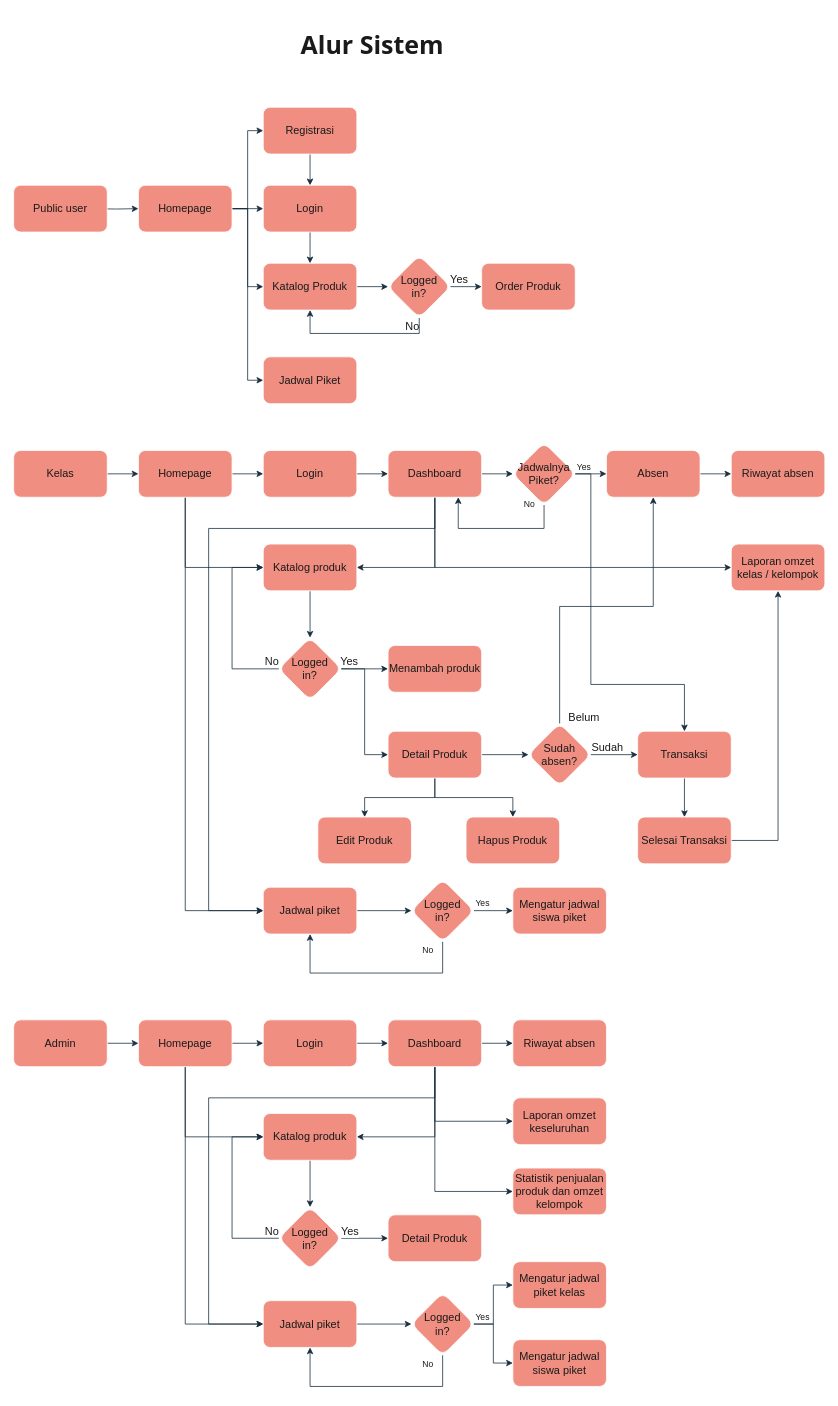
This is page "Alur Sistem" (2 of 2) of Alur_KantinSPW.drawio from silvynrr/diagram-kantin-spw, a draw.io file, before an edit. Source tidied: cells renumbered, new cells numbered last; positions are measured from the earlier drawing's top-left corner, leaving out a move shared by most shapes. Both pictures are drawn from the tidied source at 78%, with x=0, y=0 at pixel (13, 13).
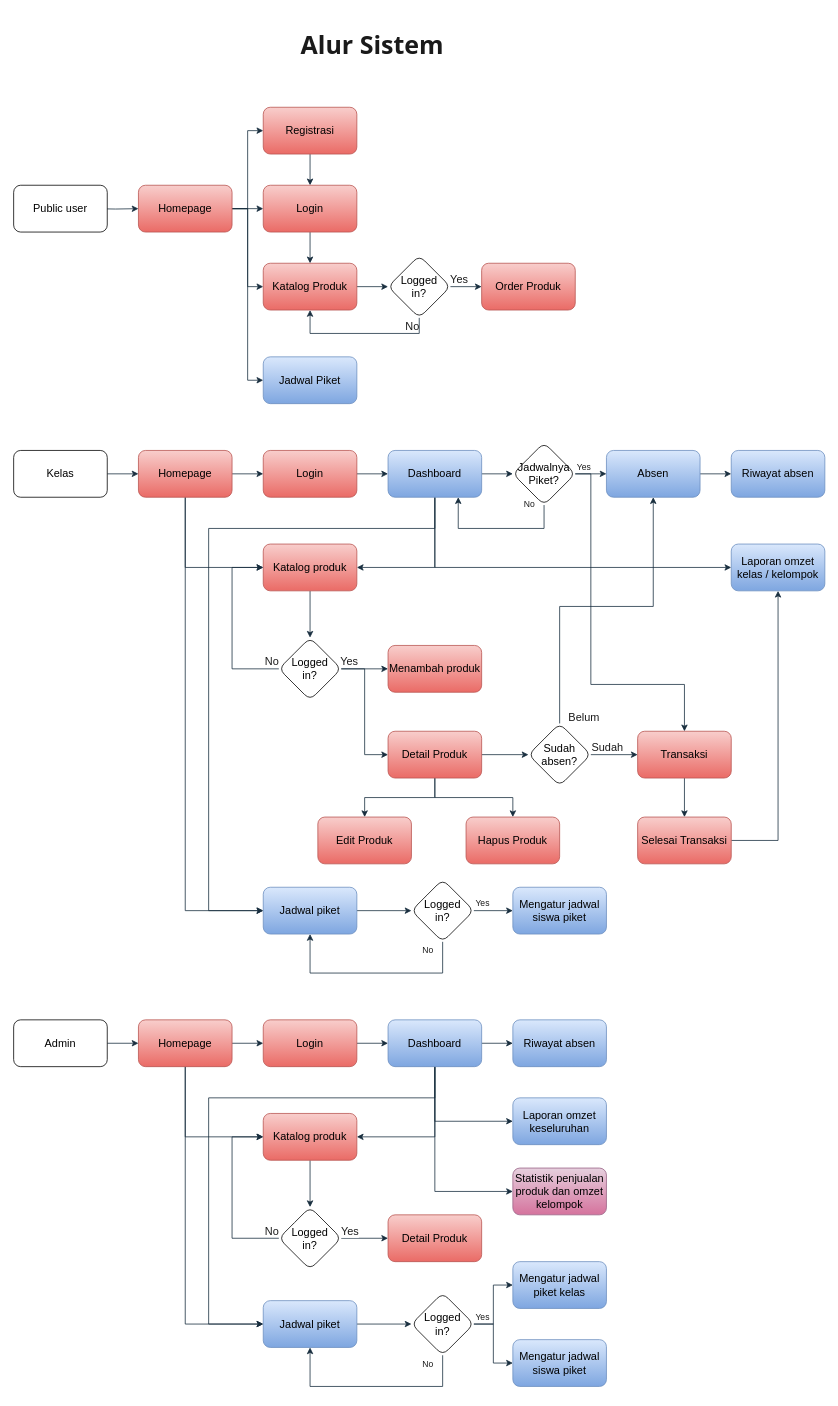
Above is the later version.

The edit, as a diff of the source:
```diff
@@
-    <mxCell id="3" value="Public user" style="rounded=1;whiteSpace=wrap;html=1;labelBackgroundColor=none;fillColor=#F08E81;strokeColor=#FFFFFF;fontColor=#1A1A1A;fontSize=14;" parent="1" vertex="1">
+    <mxCell id="3" value="Public user" style="rounded=1;whiteSpace=wrap;html=1;labelBackgroundColor=none;fontSize=14;" parent="1" vertex="1">
       <mxGeometry y="220" width="120" height="60" as="geometry" />
     </mxCell>
@@
-    <mxCell id="8" value="Homepage" style="whiteSpace=wrap;html=1;rounded=1;labelBackgroundColor=none;fillColor=#F08E81;strokeColor=#FFFFFF;fontColor=#1A1A1A;fontSize=14;" parent="1" vertex="1">
+    <mxCell id="8" value="Homepage" style="whiteSpace=wrap;html=1;rounded=1;labelBackgroundColor=none;fillColor=#f8cecc;strokeColor=#b85450;fontSize=14;gradientColor=#ea6b66;" parent="1" vertex="1">
       <mxGeometry x="160" y="220" width="120" height="60" as="geometry" />
     </mxCell>
@@
-    <mxCell id="10" value="Katalog Produk" style="whiteSpace=wrap;html=1;rounded=1;labelBackgroundColor=none;fillColor=#F08E81;strokeColor=#FFFFFF;fontColor=#1A1A1A;fontSize=14;" parent="1" vertex="1">
+    <mxCell id="10" value="Katalog Produk" style="whiteSpace=wrap;html=1;rounded=1;labelBackgroundColor=none;fillColor=#f8cecc;strokeColor=#b85450;fontSize=14;gradientColor=#ea6b66;" parent="1" vertex="1">
       <mxGeometry x="320" y="320" width="120" height="60" as="geometry" />
     </mxCell>
@@
-    <mxCell id="12" value="Registrasi" style="whiteSpace=wrap;html=1;rounded=1;labelBackgroundColor=none;fillColor=#F08E81;strokeColor=#FFFFFF;fontColor=#1A1A1A;fontSize=14;" parent="1" vertex="1">
+    <mxCell id="12" value="Registrasi" style="whiteSpace=wrap;html=1;rounded=1;labelBackgroundColor=none;fillColor=#f8cecc;strokeColor=#b85450;fontSize=14;gradientColor=#ea6b66;" parent="1" vertex="1">
       <mxGeometry x="320" y="120" width="120" height="60" as="geometry" />
     </mxCell>
@@
-    <mxCell id="14" value="Login" style="whiteSpace=wrap;html=1;rounded=1;labelBackgroundColor=none;fillColor=#F08E81;strokeColor=#FFFFFF;fontColor=#1A1A1A;fontSize=14;" parent="1" vertex="1">
+    <mxCell id="14" value="Login" style="whiteSpace=wrap;html=1;rounded=1;labelBackgroundColor=none;fillColor=#f8cecc;strokeColor=#b85450;fontSize=14;gradientColor=#ea6b66;" parent="1" vertex="1">
       <mxGeometry x="320" y="220" width="120" height="60" as="geometry" />
     </mxCell>
@@
-    <mxCell id="19" value="Logged&lt;div&gt;in?&lt;/div&gt;" style="rhombus;whiteSpace=wrap;html=1;rounded=1;labelBackgroundColor=none;fillColor=#F08E81;strokeColor=#FFFFFF;fontColor=#1A1A1A;fontSize=14;" parent="1" vertex="1">
+    <mxCell id="19" value="Logged&lt;div&gt;in?&lt;/div&gt;" style="rhombus;whiteSpace=wrap;html=1;rounded=1;labelBackgroundColor=none;fontSize=14;" parent="1" vertex="1">
       <mxGeometry x="480" y="310" width="80" height="80" as="geometry" />
     </mxCell>
-    <mxCell id="20" value="Order Produk" style="whiteSpace=wrap;html=1;rounded=1;labelBackgroundColor=none;fillColor=#F08E81;strokeColor=#FFFFFF;fontColor=#1A1A1A;fontSize=14;" parent="1" vertex="1">
+    <mxCell id="20" value="Order Produk" style="whiteSpace=wrap;html=1;rounded=1;labelBackgroundColor=none;fillColor=#f8cecc;strokeColor=#b85450;fontSize=14;gradientColor=#ea6b66;" parent="1" vertex="1">
       <mxGeometry x="600" y="320" width="120" height="60" as="geometry" />
     </mxCell>
@@
-    <mxCell id="22" value="Kelas" style="rounded=1;whiteSpace=wrap;html=1;labelBackgroundColor=none;fillColor=#F08E81;strokeColor=#FFFFFF;fontColor=#1A1A1A;fontSize=14;" parent="1" vertex="1">
+    <mxCell id="22" value="Kelas" style="rounded=1;whiteSpace=wrap;html=1;labelBackgroundColor=none;fontSize=14;" parent="1" vertex="1">
       <mxGeometry y="560" width="120" height="60" as="geometry" />
     </mxCell>
@@
-    <mxCell id="26" value="Homepage" style="rounded=1;whiteSpace=wrap;html=1;labelBackgroundColor=none;fillColor=#F08E81;strokeColor=#FFFFFF;fontColor=#1A1A1A;fontSize=14;" parent="1" vertex="1">
+    <mxCell id="26" value="Homepage" style="rounded=1;whiteSpace=wrap;html=1;labelBackgroundColor=none;fillColor=#f8cecc;strokeColor=#b85450;fontSize=14;gradientColor=#ea6b66;" parent="1" vertex="1">
       <mxGeometry x="160" y="560" width="120" height="60" as="geometry" />
     </mxCell>
@@
-    <mxCell id="28" value="Login" style="rounded=1;whiteSpace=wrap;html=1;labelBackgroundColor=none;fillColor=#F08E81;strokeColor=#FFFFFF;fontColor=#1A1A1A;fontSize=14;" parent="1" vertex="1">
+    <mxCell id="28" value="Login" style="rounded=1;whiteSpace=wrap;html=1;labelBackgroundColor=none;fillColor=#f8cecc;strokeColor=#b85450;fontSize=14;gradientColor=#ea6b66;" parent="1" vertex="1">
       <mxGeometry x="320" y="560" width="120" height="60" as="geometry" />
     </mxCell>
@@
-    <mxCell id="33" value="Dashboard" style="rounded=1;whiteSpace=wrap;html=1;labelBackgroundColor=none;fillColor=#F08E81;strokeColor=#FFFFFF;fontColor=#1A1A1A;fontSize=14;" parent="1" vertex="1">
+    <mxCell id="33" value="Dashboard" style="rounded=1;whiteSpace=wrap;html=1;labelBackgroundColor=none;fillColor=#dae8fc;strokeColor=#6c8ebf;fontSize=14;gradientColor=#7ea6e0;" parent="1" vertex="1">
       <mxGeometry x="480" y="560" width="120" height="60" as="geometry" />
     </mxCell>
@@
-    <mxCell id="35" value="Katalog produk" style="whiteSpace=wrap;html=1;rounded=1;labelBackgroundColor=none;fillColor=#F08E81;strokeColor=#FFFFFF;fontColor=#1A1A1A;fontSize=14;" parent="1" vertex="1">
+    <mxCell id="35" value="Katalog produk" style="whiteSpace=wrap;html=1;rounded=1;labelBackgroundColor=none;fillColor=#f8cecc;strokeColor=#b85450;fontSize=14;gradientColor=#ea6b66;" parent="1" vertex="1">
       <mxGeometry x="320" y="680" width="120" height="60" as="geometry" />
     </mxCell>
@@
-    <mxCell id="41" value="Logged&lt;div&gt;in?&lt;/div&gt;" style="rhombus;whiteSpace=wrap;html=1;rounded=1;labelBackgroundColor=none;fillColor=#F08E81;strokeColor=#FFFFFF;fontColor=#1A1A1A;fontSize=14;" parent="1" vertex="1">
+    <mxCell id="41" value="Logged&lt;div&gt;in?&lt;/div&gt;" style="rhombus;whiteSpace=wrap;html=1;rounded=1;labelBackgroundColor=none;fontSize=14;" parent="1" vertex="1">
       <mxGeometry x="340" y="800" width="80" height="80" as="geometry" />
     </mxCell>
-    <mxCell id="42" value="Menambah produk" style="whiteSpace=wrap;html=1;rounded=1;labelBackgroundColor=none;fillColor=#F08E81;strokeColor=#FFFFFF;fontColor=#1A1A1A;fontSize=14;" parent="1" vertex="1">
+    <mxCell id="42" value="Menambah produk" style="whiteSpace=wrap;html=1;rounded=1;labelBackgroundColor=none;fillColor=#f8cecc;strokeColor=#b85450;fontSize=14;gradientColor=#ea6b66;" parent="1" vertex="1">
       <mxGeometry x="480" y="810" width="120" height="60" as="geometry" />
     </mxCell>
@@
-    <mxCell id="46" value="Detail Produk" style="whiteSpace=wrap;html=1;rounded=1;labelBackgroundColor=none;fillColor=#F08E81;strokeColor=#FFFFFF;fontColor=#1A1A1A;fontSize=14;" parent="1" vertex="1">
+    <mxCell id="46" value="Detail Produk" style="whiteSpace=wrap;html=1;rounded=1;labelBackgroundColor=none;fillColor=#f8cecc;strokeColor=#b85450;fontSize=14;gradientColor=#ea6b66;" parent="1" vertex="1">
       <mxGeometry x="480" y="920" width="120" height="60" as="geometry" />
     </mxCell>
@@
-    <mxCell id="51" value="Sudah&lt;div style=&quot;font-size: 14px;&quot;&gt;absen?&lt;/div&gt;" style="rhombus;whiteSpace=wrap;html=1;rounded=1;labelBackgroundColor=none;fillColor=#F08E81;strokeColor=#FFFFFF;fontColor=#1A1A1A;fontSize=14;" parent="1" vertex="1">
+    <mxCell id="51" value="Sudah&lt;div style=&quot;font-size: 14px;&quot;&gt;absen?&lt;/div&gt;" style="rhombus;whiteSpace=wrap;html=1;rounded=1;labelBackgroundColor=none;fontSize=14;" parent="1" vertex="1">
       <mxGeometry x="660" y="910" width="80" height="80" as="geometry" />
     </mxCell>
@@
-    <mxCell id="53" value="Absen" style="rounded=1;whiteSpace=wrap;html=1;labelBackgroundColor=none;fillColor=#F08E81;strokeColor=#FFFFFF;fontColor=#1A1A1A;fontSize=14;" parent="1" vertex="1">
+    <mxCell id="53" value="Absen" style="rounded=1;whiteSpace=wrap;html=1;labelBackgroundColor=none;fillColor=#dae8fc;strokeColor=#6c8ebf;fontSize=14;gradientColor=#7ea6e0;" parent="1" vertex="1">
       <mxGeometry x="760" y="560" width="120" height="60" as="geometry" />
     </mxCell>
@@
-    <mxCell id="55" value="Transaksi" style="whiteSpace=wrap;html=1;rounded=1;labelBackgroundColor=none;fillColor=#F08E81;strokeColor=#FFFFFF;fontColor=#1A1A1A;fontSize=14;" parent="1" vertex="1">
+    <mxCell id="55" value="Transaksi" style="whiteSpace=wrap;html=1;rounded=1;labelBackgroundColor=none;fillColor=#f8cecc;strokeColor=#b85450;fontSize=14;gradientColor=#ea6b66;" parent="1" vertex="1">
       <mxGeometry x="800" y="920" width="120" height="60" as="geometry" />
     </mxCell>
-    <mxCell id="56" value="Edit Produk" style="whiteSpace=wrap;html=1;rounded=1;labelBackgroundColor=none;fillColor=#F08E81;strokeColor=#FFFFFF;fontColor=#1A1A1A;fontSize=14;" parent="1" vertex="1">
+    <mxCell id="56" value="Edit Produk" style="whiteSpace=wrap;html=1;rounded=1;labelBackgroundColor=none;fillColor=#f8cecc;strokeColor=#b85450;fontSize=14;gradientColor=#ea6b66;" parent="1" vertex="1">
       <mxGeometry x="390" y="1030" width="120" height="60" as="geometry" />
     </mxCell>
-    <mxCell id="57" value="Hapus Produk" style="whiteSpace=wrap;html=1;rounded=1;labelBackgroundColor=none;fillColor=#F08E81;strokeColor=#FFFFFF;fontColor=#1A1A1A;fontSize=14;" parent="1" vertex="1">
+    <mxCell id="57" value="Hapus Produk" style="whiteSpace=wrap;html=1;rounded=1;labelBackgroundColor=none;fillColor=#f8cecc;strokeColor=#b85450;fontSize=14;gradientColor=#ea6b66;" parent="1" vertex="1">
       <mxGeometry x="580" y="1030" width="120" height="60" as="geometry" />
     </mxCell>
@@
-    <mxCell id="59" value="Selesai Transaksi" style="whiteSpace=wrap;html=1;rounded=1;labelBackgroundColor=none;fillColor=#F08E81;strokeColor=#FFFFFF;fontColor=#1A1A1A;fontSize=14;" parent="1" vertex="1">
+    <mxCell id="59" value="Selesai Transaksi" style="whiteSpace=wrap;html=1;rounded=1;labelBackgroundColor=none;fillColor=#f8cecc;strokeColor=#b85450;fontSize=14;gradientColor=#ea6b66;" parent="1" vertex="1">
       <mxGeometry x="800" y="1030" width="120" height="60" as="geometry" />
     </mxCell>
@@
-    <mxCell id="61" value="Jadwal Piket" style="whiteSpace=wrap;html=1;fontSize=14;fillColor=#F08E81;strokeColor=#FFFFFF;fontColor=#1A1A1A;rounded=1;labelBackgroundColor=none;" parent="1" vertex="1">
+    <mxCell id="61" value="Jadwal Piket" style="whiteSpace=wrap;html=1;fontSize=14;fillColor=#dae8fc;strokeColor=#6c8ebf;rounded=1;labelBackgroundColor=none;gradientColor=#7ea6e0;" parent="1" vertex="1">
       <mxGeometry x="320" y="440" width="120" height="60" as="geometry" />
     </mxCell>
@@
-    <mxCell id="63" value="Jadwal piket" style="whiteSpace=wrap;html=1;fontSize=14;fillColor=#F08E81;strokeColor=#FFFFFF;fontColor=#1A1A1A;rounded=1;labelBackgroundColor=none;" parent="1" vertex="1">
+    <mxCell id="63" value="Jadwal piket" style="whiteSpace=wrap;html=1;fontSize=14;fillColor=#dae8fc;strokeColor=#6c8ebf;rounded=1;labelBackgroundColor=none;gradientColor=#7ea6e0;" parent="1" vertex="1">
       <mxGeometry x="320" y="1120" width="120" height="60" as="geometry" />
     </mxCell>
@@
-    <mxCell id="68" value="Logged&lt;div&gt;in?&lt;/div&gt;" style="rhombus;whiteSpace=wrap;html=1;fontSize=14;fillColor=#F08E81;strokeColor=#FFFFFF;fontColor=#1A1A1A;rounded=1;labelBackgroundColor=none;" parent="1" vertex="1">
+    <mxCell id="68" value="Logged&lt;div&gt;in?&lt;/div&gt;" style="rhombus;whiteSpace=wrap;html=1;fontSize=14;rounded=1;labelBackgroundColor=none;" parent="1" vertex="1">
       <mxGeometry x="510" y="1110" width="80" height="80" as="geometry" />
     </mxCell>
-    <mxCell id="69" value="Mengatur jadwal siswa piket" style="whiteSpace=wrap;html=1;fontSize=14;fillColor=#F08E81;strokeColor=#FFFFFF;fontColor=#1A1A1A;rounded=1;labelBackgroundColor=none;" parent="1" vertex="1">
+    <mxCell id="69" value="Mengatur jadwal siswa piket" style="whiteSpace=wrap;html=1;fontSize=14;fillColor=#dae8fc;strokeColor=#6c8ebf;rounded=1;labelBackgroundColor=none;gradientColor=#7ea6e0;" parent="1" vertex="1">
       <mxGeometry x="640" y="1120" width="120" height="60" as="geometry" />
     </mxCell>
-    <mxCell id="70" value="Riwayat absen" style="rounded=1;whiteSpace=wrap;html=1;labelBackgroundColor=none;fillColor=#F08E81;strokeColor=#FFFFFF;fontColor=#1A1A1A;fontSize=14;" parent="1" vertex="1">
+    <mxCell id="70" value="Riwayat absen" style="rounded=1;whiteSpace=wrap;html=1;labelBackgroundColor=none;fillColor=#dae8fc;strokeColor=#6c8ebf;fontSize=14;gradientColor=#7ea6e0;" parent="1" vertex="1">
       <mxGeometry x="920" y="560" width="120" height="60" as="geometry" />
     </mxCell>
@@
-    <mxCell id="76" value="Jadwalnya&lt;div&gt;Piket?&lt;/div&gt;" style="rhombus;whiteSpace=wrap;html=1;fontSize=14;fillColor=#F08E81;strokeColor=#FFFFFF;fontColor=#1A1A1A;rounded=1;labelBackgroundColor=none;" parent="1" vertex="1">
+    <mxCell id="76" value="Jadwalnya&lt;div&gt;Piket?&lt;/div&gt;" style="rhombus;whiteSpace=wrap;html=1;fontSize=14;rounded=1;labelBackgroundColor=none;" parent="1" vertex="1">
       <mxGeometry x="640" y="550" width="80" height="80" as="geometry" />
     </mxCell>
-    <mxCell id="77" value="Laporan omzet kelas / kelompok" style="whiteSpace=wrap;html=1;fontSize=14;fillColor=#F08E81;strokeColor=#FFFFFF;fontColor=#1A1A1A;rounded=1;labelBackgroundColor=none;" parent="1" vertex="1">
+    <mxCell id="77" value="Laporan omzet kelas / kelompok" style="whiteSpace=wrap;html=1;fontSize=14;fillColor=#dae8fc;strokeColor=#6c8ebf;rounded=1;labelBackgroundColor=none;gradientColor=#7ea6e0;" parent="1" vertex="1">
       <mxGeometry x="920" y="680" width="120" height="60" as="geometry" />
     </mxCell>
@@
-    <mxCell id="79" value="Admin" style="rounded=1;whiteSpace=wrap;html=1;labelBackgroundColor=none;fillColor=#F08E81;strokeColor=#FFFFFF;fontColor=#1A1A1A;fontSize=14;" parent="1" vertex="1">
+    <mxCell id="79" value="Admin" style="rounded=1;whiteSpace=wrap;html=1;labelBackgroundColor=none;fontSize=14;" parent="1" vertex="1">
       <mxGeometry y="1290" width="120" height="60" as="geometry" />
     </mxCell>
@@
-    <mxCell id="83" value="Homepage" style="rounded=1;whiteSpace=wrap;html=1;labelBackgroundColor=none;fillColor=#F08E81;strokeColor=#FFFFFF;fontColor=#1A1A1A;fontSize=14;" parent="1" vertex="1">
+    <mxCell id="83" value="Homepage" style="rounded=1;whiteSpace=wrap;html=1;labelBackgroundColor=none;fillColor=#f8cecc;strokeColor=#b85450;fontSize=14;gradientColor=#ea6b66;" parent="1" vertex="1">
       <mxGeometry x="160" y="1290" width="120" height="60" as="geometry" />
     </mxCell>
@@
-    <mxCell id="85" value="Login" style="rounded=1;whiteSpace=wrap;html=1;labelBackgroundColor=none;fillColor=#F08E81;strokeColor=#FFFFFF;fontColor=#1A1A1A;fontSize=14;" parent="1" vertex="1">
+    <mxCell id="85" value="Login" style="rounded=1;whiteSpace=wrap;html=1;labelBackgroundColor=none;fillColor=#f8cecc;strokeColor=#b85450;fontSize=14;gradientColor=#ea6b66;" parent="1" vertex="1">
       <mxGeometry x="320" y="1290" width="120" height="60" as="geometry" />
     </mxCell>
@@
-    <mxCell id="91" value="Dashboard" style="rounded=1;whiteSpace=wrap;html=1;labelBackgroundColor=none;fillColor=#F08E81;strokeColor=#FFFFFF;fontColor=#1A1A1A;fontSize=14;" parent="1" vertex="1">
+    <mxCell id="91" value="Dashboard" style="rounded=1;whiteSpace=wrap;html=1;labelBackgroundColor=none;fillColor=#dae8fc;strokeColor=#6c8ebf;fontSize=14;gradientColor=#7ea6e0;" parent="1" vertex="1">
       <mxGeometry x="480" y="1290" width="120" height="60" as="geometry" />
     </mxCell>
@@
-    <mxCell id="93" value="Katalog produk" style="whiteSpace=wrap;html=1;rounded=1;labelBackgroundColor=none;fillColor=#F08E81;strokeColor=#FFFFFF;fontColor=#1A1A1A;fontSize=14;" parent="1" vertex="1">
+    <mxCell id="93" value="Katalog produk" style="whiteSpace=wrap;html=1;rounded=1;labelBackgroundColor=none;fillColor=#f8cecc;strokeColor=#b85450;fontSize=14;gradientColor=#ea6b66;" parent="1" vertex="1">
       <mxGeometry x="320" y="1410" width="120" height="60" as="geometry" />
     </mxCell>
@@
-    <mxCell id="98" value="Logged&lt;div&gt;in?&lt;/div&gt;" style="rhombus;whiteSpace=wrap;html=1;rounded=1;labelBackgroundColor=none;fillColor=#F08E81;strokeColor=#FFFFFF;fontColor=#1A1A1A;fontSize=14;" parent="1" vertex="1">
+    <mxCell id="98" value="Logged&lt;div&gt;in?&lt;/div&gt;" style="rhombus;whiteSpace=wrap;html=1;rounded=1;labelBackgroundColor=none;fontSize=14;" parent="1" vertex="1">
       <mxGeometry x="340" y="1530" width="80" height="80" as="geometry" />
     </mxCell>
-    <mxCell id="99" value="Detail Produk" style="whiteSpace=wrap;html=1;rounded=1;labelBackgroundColor=none;fillColor=#F08E81;strokeColor=#FFFFFF;fontColor=#1A1A1A;fontSize=14;" parent="1" vertex="1">
+    <mxCell id="99" value="Detail Produk" style="whiteSpace=wrap;html=1;rounded=1;labelBackgroundColor=none;fillColor=#f8cecc;strokeColor=#b85450;fontSize=14;gradientColor=#ea6b66;" parent="1" vertex="1">
       <mxGeometry x="480" y="1540" width="120" height="60" as="geometry" />
     </mxCell>
@@
-    <mxCell id="101" value="Jadwal piket" style="whiteSpace=wrap;html=1;fontSize=14;fillColor=#F08E81;strokeColor=#FFFFFF;fontColor=#1A1A1A;rounded=1;labelBackgroundColor=none;" parent="1" vertex="1">
+    <mxCell id="101" value="Jadwal piket" style="whiteSpace=wrap;html=1;fontSize=14;fillColor=#dae8fc;strokeColor=#6c8ebf;rounded=1;labelBackgroundColor=none;gradientColor=#7ea6e0;" parent="1" vertex="1">
       <mxGeometry x="320" y="1650" width="120" height="60" as="geometry" />
     </mxCell>
@@
-    <mxCell id="107" value="Logged&lt;div&gt;in?&lt;/div&gt;" style="rhombus;whiteSpace=wrap;html=1;fontSize=14;fillColor=#F08E81;strokeColor=#FFFFFF;fontColor=#1A1A1A;rounded=1;labelBackgroundColor=none;" parent="1" vertex="1">
+    <mxCell id="107" value="Logged&lt;div&gt;in?&lt;/div&gt;" style="rhombus;whiteSpace=wrap;html=1;fontSize=14;rounded=1;labelBackgroundColor=none;" parent="1" vertex="1">
       <mxGeometry x="510" y="1640" width="80" height="80" as="geometry" />
     </mxCell>
-    <mxCell id="108" value="Mengatur jadwal siswa piket" style="whiteSpace=wrap;html=1;fontSize=14;fillColor=#F08E81;strokeColor=#FFFFFF;fontColor=#1A1A1A;rounded=1;labelBackgroundColor=none;" parent="1" vertex="1">
+    <mxCell id="108" value="Mengatur jadwal siswa piket" style="whiteSpace=wrap;html=1;fontSize=14;fillColor=#dae8fc;strokeColor=#6c8ebf;rounded=1;labelBackgroundColor=none;gradientColor=#7ea6e0;" parent="1" vertex="1">
       <mxGeometry x="640" y="1700" width="120" height="60" as="geometry" />
     </mxCell>
-    <mxCell id="109" value="Riwayat absen" style="rounded=1;whiteSpace=wrap;html=1;labelBackgroundColor=none;fillColor=#F08E81;strokeColor=#FFFFFF;fontColor=#1A1A1A;fontSize=14;" parent="1" vertex="1">
+    <mxCell id="109" value="Riwayat absen" style="rounded=1;whiteSpace=wrap;html=1;labelBackgroundColor=none;fillColor=#dae8fc;strokeColor=#6c8ebf;fontSize=14;gradientColor=#7ea6e0;" parent="1" vertex="1">
       <mxGeometry x="640" y="1290" width="120" height="60" as="geometry" />
     </mxCell>
-    <mxCell id="110" value="Laporan omzet keseluruhan" style="whiteSpace=wrap;html=1;fontSize=14;fillColor=#F08E81;strokeColor=#FFFFFF;fontColor=#1A1A1A;rounded=1;labelBackgroundColor=none;" parent="1" vertex="1">
+    <mxCell id="110" value="Laporan omzet keseluruhan" style="whiteSpace=wrap;html=1;fontSize=14;fillColor=#dae8fc;strokeColor=#6c8ebf;rounded=1;labelBackgroundColor=none;gradientColor=#7ea6e0;" parent="1" vertex="1">
       <mxGeometry x="640" y="1390" width="120" height="60" as="geometry" />
     </mxCell>
-    <mxCell id="111" value="Mengatur jadwal piket kelas" style="whiteSpace=wrap;html=1;fontSize=14;fillColor=#F08E81;strokeColor=#FFFFFF;fontColor=#1A1A1A;rounded=1;labelBackgroundColor=none;" parent="1" vertex="1">
+    <mxCell id="111" value="Mengatur jadwal piket kelas" style="whiteSpace=wrap;html=1;fontSize=14;fillColor=#dae8fc;strokeColor=#6c8ebf;rounded=1;labelBackgroundColor=none;gradientColor=#7ea6e0;" parent="1" vertex="1">
       <mxGeometry x="640" y="1600" width="120" height="60" as="geometry" />
     </mxCell>
-    <mxCell id="112" value="Statistik penjualan produk dan omzet kelompok" style="whiteSpace=wrap;html=1;fontSize=14;fillColor=#F08E81;strokeColor=#FFFFFF;fontColor=#1A1A1A;rounded=1;labelBackgroundColor=none;" parent="1" vertex="1">
+    <mxCell id="112" value="Statistik penjualan produk dan omzet kelompok" style="whiteSpace=wrap;html=1;fontSize=14;fillColor=#e6d0de;strokeColor=#996185;rounded=1;labelBackgroundColor=none;gradientColor=#d5739d;" parent="1" vertex="1">
       <mxGeometry x="640" y="1480" width="120" height="60" as="geometry" />
     </mxCell>
```
